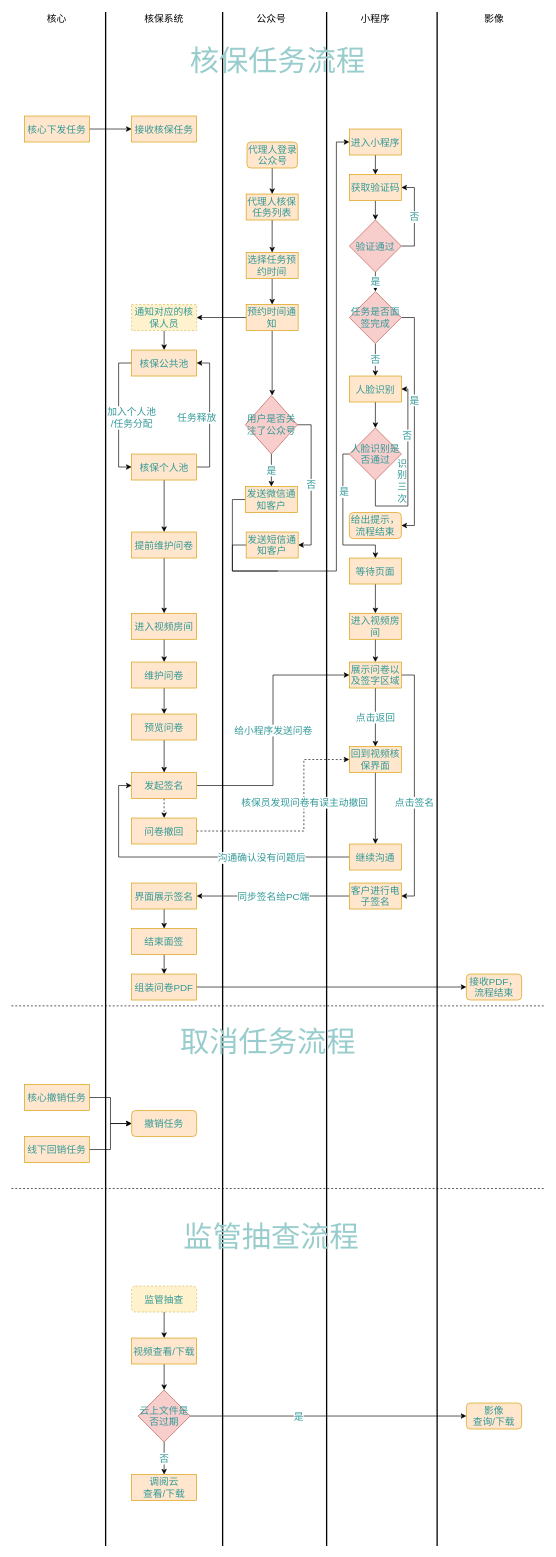
This is Untitled Diagram.drawio from slpgoblin/open-design, a draw.io file, before an edit. Source tidied: cells renumbered, new cells numbered last; positions are measured from the earlier drawing's top-left corner, leaving out a move shared by most shapes. Both pictures are drawn from the tidied source at 65%, with x=0, y=0 at pixel (11, 12).
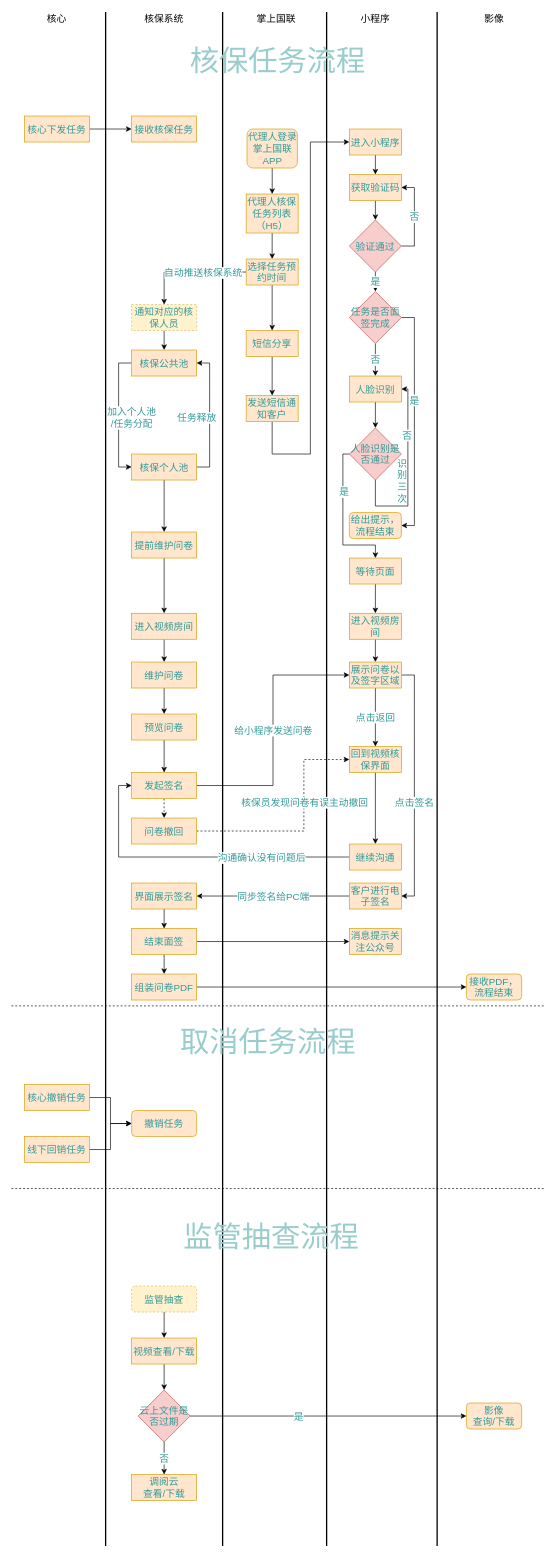
Above is the later version.

The change refers to these unchanged cells:
```xml
<mxCell id="37" value="进入小程序" style="rounded=0;whiteSpace=wrap;html=1;fontSize=15;fillColor=#ffe6cc;strokeColor=#d79b00;fontColor=#339999;" parent="1" vertex="1">
  <mxGeometry x="520" y="180" width="80" height="40" as="geometry" />
</mxCell>
<mxCell id="80" value="结束面签" style="rounded=0;whiteSpace=wrap;html=1;fontSize=15;fillColor=#ffe6cc;strokeColor=#d79b00;fontColor=#339999;" parent="1" vertex="1">
  <mxGeometry x="185" y="1410" width="100" height="40" as="geometry" />
</mxCell>
<mxCell id="104" value="通知对应的核保人员" style="rounded=0;whiteSpace=wrap;html=1;fontSize=15;dashed=1;fillColor=#fff2cc;strokeColor=#d6b656;fontColor=#339999;" parent="1" vertex="1">
  <mxGeometry x="185" y="450" width="100" height="40" as="geometry" />
</mxCell>
```

Change to the diagram source:
```diff
@@
-    <mxCell id="7" value="公众号" style="text;html=1;strokeColor=none;fillColor=none;align=center;verticalAlign=middle;whiteSpace=wrap;rounded=0;fontSize=15;" parent="1" vertex="1">
-      <mxGeometry x="375" width="50" height="20" as="geometry" />
+    <mxCell id="7" value="掌上国联" style="text;html=1;strokeColor=none;fillColor=none;align=center;verticalAlign=middle;whiteSpace=wrap;rounded=0;fontSize=15;" parent="1" vertex="1">
+      <mxGeometry x="375" width="65" height="20" as="geometry" />
     </mxCell>
@@
-    <mxCell id="21" value="代理人核保任务列表" style="rounded=0;whiteSpace=wrap;html=1;fontSize=15;fillColor=#ffe6cc;strokeColor=#d79b00;labelBackgroundColor=none;fontColor=#339999;" parent="1" vertex="1">
-      <mxGeometry x="361.2" y="280" width="80" height="40" as="geometry" />
+    <mxCell id="21" value="代理人核保任务列表（H5）" style="rounded=0;whiteSpace=wrap;html=1;fontSize=15;fillColor=#ffe6cc;strokeColor=#d79b00;labelBackgroundColor=none;fontColor=#339999;" parent="1" vertex="1">
+      <mxGeometry x="361.2" y="280" width="80" height="60" as="geometry" />
     </mxCell>
@@
-    <mxCell id="23" value="代理人登录公众号" style="rounded=1;whiteSpace=wrap;html=1;fontSize=15;fillColor=#ffe6cc;strokeColor=#d79b00;fontColor=#339999;" parent="1" vertex="1">
-      <mxGeometry x="362.5" y="200" width="77.5" height="40" as="geometry" />
+    <mxCell id="23" value="代理人登录掌上国联APP" style="rounded=1;whiteSpace=wrap;html=1;fontSize=15;fillColor=#ffe6cc;strokeColor=#d79b00;fontColor=#339999;" parent="1" vertex="1">
+      <mxGeometry x="362.5" y="180" width="77.5" height="60" as="geometry" />
     </mxCell>
@@
+    <mxCell id="114" style="edgeStyle=orthogonalEdgeStyle;rounded=0;jettySize=auto;html=1;exitX=0;exitY=0.5;exitDx=0;exitDy=0;entryX=0.5;entryY=0;entryDx=0;entryDy=0;" parent="1" edge="1" source="25" target="104">
+      <mxGeometry relative="1" as="geometry" />
+    </mxCell>
+    <mxCell id="115" value="自动推送核保系统" style="edgeLabel;html=1;align=center;verticalAlign=middle;fontSize=15;fontColor=#339999;" parent="114" vertex="1">
+      <mxGeometry x="-0.15" y="1" relative="1" as="geometry">
+        <mxPoint x="7.8" y="-1" as="offset" />
+      </mxGeometry>
+    </mxCell>
     <mxCell id="25" value="选择任务预约时间" style="rounded=0;whiteSpace=wrap;html=1;fontSize=15;fillColor=#ffe6cc;strokeColor=#d79b00;fontColor=#339999;" parent="1" vertex="1">
-      <mxGeometry x="361.2" y="370" width="80" height="40" as="geometry" />
+      <mxGeometry x="361.2" y="380" width="80" height="40" as="geometry" />
     </mxCell>
-    <mxCell id="26" style="edgeStyle=orthogonalEdgeStyle;rounded=0;jettySize=auto;html=1;exitX=0;exitY=0.5;exitDx=0;exitDy=0;entryX=1;entryY=0.5;entryDx=0;entryDy=0;fontSize=15;" parent="1" edge="1" source="28" target="104">
-      <mxGeometry relative="1" as="geometry" />
-    </mxCell>
-    <mxCell id="27" style="edgeStyle=orthogonalEdgeStyle;rounded=0;jettySize=auto;html=1;exitX=0.5;exitY=1;exitDx=0;exitDy=0;entryX=0.5;entryY=0;entryDx=0;entryDy=0;fontSize=15;" parent="1" edge="1" source="28">
-      <mxGeometry relative="1" as="geometry">
-        <mxPoint x="401.2" y="590" as="targetPoint" />
-      </mxGeometry>
-    </mxCell>
+    <mxCell id="116" style="edgeStyle=orthogonalEdgeStyle;rounded=0;jettySize=auto;html=1;exitX=0.5;exitY=1;exitDx=0;exitDy=0;entryX=0.5;entryY=0;entryDx=0;entryDy=0;fontSize=15;fontColor=#339999;" parent="1" edge="1" source="28" target="35">
+      <mxGeometry relative="1" as="geometry" />
+    </mxCell>
-    <mxCell id="28" value="预约时间通知" style="rounded=0;whiteSpace=wrap;html=1;fontSize=15;fillColor=#ffe6cc;strokeColor=#d79b00;fontColor=#339999;" parent="1" vertex="1">
-      <mxGeometry x="361.2" y="450" width="80" height="40" as="geometry" />
+    <mxCell id="28" value="短信分享" style="rounded=0;whiteSpace=wrap;html=1;fontSize=15;fillColor=#ffe6cc;strokeColor=#d79b00;fontColor=#339999;" parent="1" vertex="1">
+      <mxGeometry x="361.2" y="490" width="80" height="40" as="geometry" />
     </mxCell>
-    <mxCell id="29" value="是" style="edgeStyle=orthogonalEdgeStyle;rounded=0;jettySize=auto;html=1;exitX=0.5;exitY=1;exitDx=0;exitDy=0;entryX=0.5;entryY=0;entryDx=0;entryDy=0;fontSize=15;fontColor=#339999;" parent="1" edge="1" source="31" target="33">
-      <mxGeometry relative="1" as="geometry" />
-    </mxCell>
-    <mxCell id="30" value="否" style="edgeStyle=orthogonalEdgeStyle;rounded=0;jettySize=auto;html=1;exitX=1;exitY=0.5;exitDx=0;exitDy=0;entryX=1;entryY=0.5;entryDx=0;entryDy=0;fontSize=15;fontColor=#339999;" parent="1" edge="1" source="31" target="35">
-      <mxGeometry relative="1" as="geometry" />
-    </mxCell>
-    <mxCell id="31" value="用户是否关注了公众号" style="rhombus;whiteSpace=wrap;html=1;fontSize=15;fillColor=#f8cecc;strokeColor=#b85450;fontColor=#339999;" parent="1" vertex="1">
-      <mxGeometry x="360" y="590" width="80" height="90" as="geometry" />
-    </mxCell>
-    <mxCell id="32" style="edgeStyle=orthogonalEdgeStyle;rounded=0;jettySize=auto;html=1;exitX=0;exitY=0.5;exitDx=0;exitDy=0;startArrow=none;startFill=0;endArrow=none;endFill=0;fontSize=15;" parent="1" edge="1" source="33">
-      <mxGeometry relative="1" as="geometry">
-        <mxPoint x="410" y="860" as="targetPoint" />
-        <Array as="points">
-          <mxPoint x="340" y="750" />
-          <mxPoint x="340" y="860" />
-        </Array>
-      </mxGeometry>
-    </mxCell>
-    <mxCell id="33" value="发送微信通知客户" style="rounded=0;whiteSpace=wrap;html=1;fontSize=15;fillColor=#ffe6cc;strokeColor=#d79b00;fontColor=#339999;" parent="1" vertex="1">
-      <mxGeometry x="360" y="730" width="80" height="40" as="geometry" />
-    </mxCell>
-    <mxCell id="34" style="edgeStyle=orthogonalEdgeStyle;rounded=0;jettySize=auto;html=1;exitX=0.5;exitY=1;exitDx=0;exitDy=0;entryX=0;entryY=0.5;entryDx=0;entryDy=0;startArrow=none;startFill=0;endArrow=classic;endFill=1;fontSize=15;" parent="1" edge="1" source="35" target="37">
+    <mxCell id="34" style="edgeStyle=orthogonalEdgeStyle;rounded=0;jettySize=auto;html=1;exitX=0.5;exitY=1;exitDx=0;exitDy=0;entryX=0;entryY=0.5;entryDx=0;entryDy=0;fontSize=15;fontColor=#339999;" parent="1" edge="1" source="35" target="37">
       <mxGeometry relative="1" as="geometry">
         <Array as="points">
-          <mxPoint x="401" y="820" />
-          <mxPoint x="340" y="820" />
-          <mxPoint x="340" y="860" />
-          <mxPoint x="500" y="860" />
-          <mxPoint x="500" y="200" />
+          <mxPoint x="401" y="680" />
+          <mxPoint x="460" y="680" />
+          <mxPoint x="460" y="200" />
         </Array>
       </mxGeometry>
     </mxCell>
     <mxCell id="35" value="发送短信通知客户" style="rounded=0;whiteSpace=wrap;html=1;fontSize=15;fillColor=#ffe6cc;strokeColor=#d79b00;fontColor=#339999;" parent="1" vertex="1">
-      <mxGeometry x="361.2" y="800" width="80" height="40" as="geometry" />
+      <mxGeometry x="361.2" y="590" width="80" height="40" as="geometry" />
     </mxCell>
@@
+    <mxCell id="117" style="edgeStyle=orthogonalEdgeStyle;rounded=0;jettySize=auto;html=1;exitX=1;exitY=0.5;exitDx=0;exitDy=0;entryX=0;entryY=0.5;entryDx=0;entryDy=0;fontSize=15;fontColor=#339999;" parent="1" edge="1" source="80" target="118">
+      <mxGeometry relative="1" as="geometry" />
+    </mxCell>
@@
+    <mxCell id="118" value="消息提示关注公众号" style="rounded=0;whiteSpace=wrap;html=1;fontSize=15;fillColor=#ffe6cc;strokeColor=#d79b00;fontColor=#339999;" parent="1" vertex="1">
+      <mxGeometry x="520" y="1410" width="80" height="40" as="geometry" />
+    </mxCell>
```
